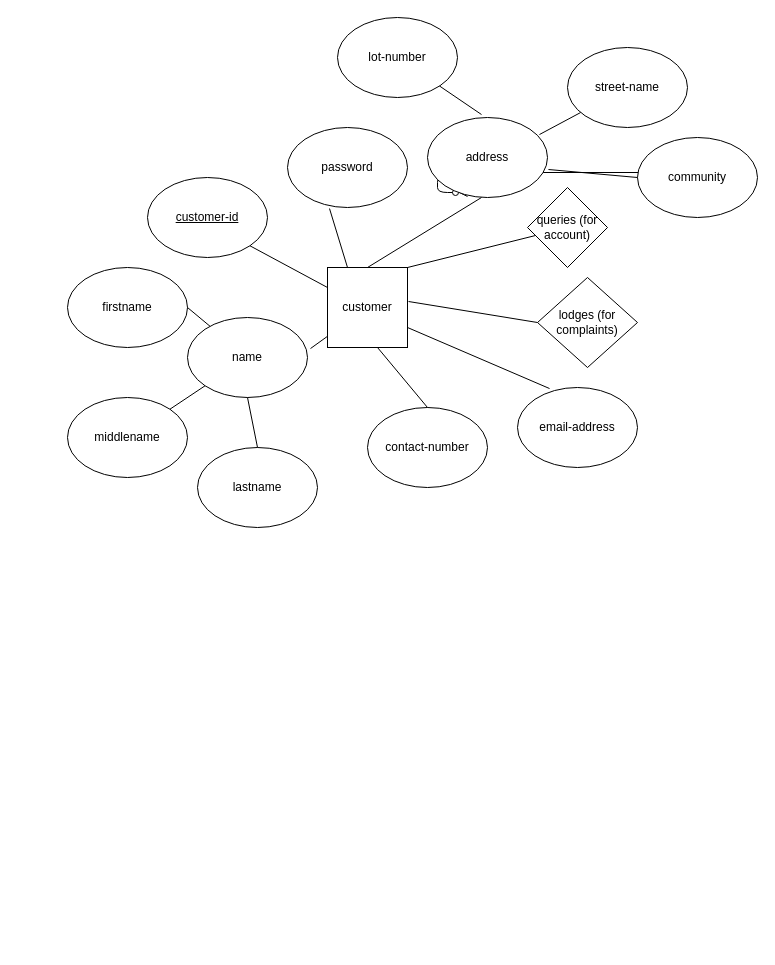
Earlier version of the draw.io diagram ERD_Customer.drawio (AnastassiaA/MicroStar-CableVision-Project-Code). Source tidied: cells renumbered, new cells numbered last; positions are measured from the earlier drawing's top-left corner, leaving out a move shared by most shapes. Both pictures are drawn from the tidied source at 100%, with x=0, y=0 at pixel (67, 17).
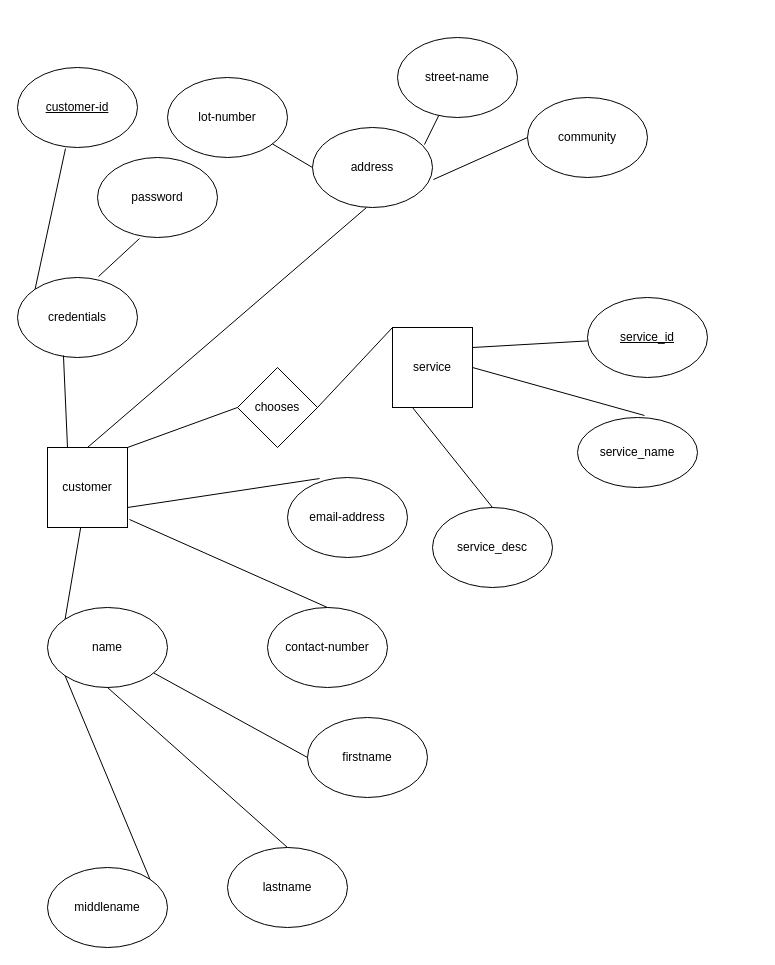
The same diagram, later.

Commit message (it also covers changes not shown here):
Added credentials (composite attribute) and service entity to ERD using draw.io

Diff of the diagram source:
```diff
@@
-    <mxCell id="2" style="edgeStyle=entityRelationEdgeStyle;endArrow=ERzeroToMany;startArrow=ERone;endFill=1;startFill=0;" parent="1" edge="1">
-      <mxGeometry relative="1" as="geometry">
-        <mxPoint x="640" y="135" as="sourcePoint" />
-        <mxPoint x="400" y="175" as="targetPoint" />
-      </mxGeometry>
-    </mxCell>
     <mxCell id="3" value="&lt;u&gt;customer-id&lt;/u&gt;" style="ellipse;whiteSpace=wrap;html=1;" parent="1" vertex="1">
-      <mxGeometry x="80" y="160" width="120" height="80" as="geometry" />
+      <mxGeometry x="-50" y="50" width="120" height="80" as="geometry" />
     </mxCell>
     <mxCell id="4" value="customer" style="whiteSpace=wrap;html=1;" parent="1" vertex="1">
-      <mxGeometry x="260" y="250" width="80" height="80" as="geometry" />
+      <mxGeometry x="-20" y="430" width="80" height="80" as="geometry" />
     </mxCell>
     <mxCell id="5" value="name" style="ellipse;whiteSpace=wrap;html=1;" parent="1" vertex="1">
-      <mxGeometry x="120" y="300" width="120" height="80" as="geometry" />
+      <mxGeometry x="-20" y="590" width="120" height="80" as="geometry" />
     </mxCell>
     <mxCell id="6" value="firstname" style="ellipse;whiteSpace=wrap;html=1;" parent="1" vertex="1">
-      <mxGeometry y="250" width="120" height="80" as="geometry" />
+      <mxGeometry x="240" y="700" width="120" height="80" as="geometry" />
     </mxCell>
     <mxCell id="7" value="middlename" style="ellipse;whiteSpace=wrap;html=1;" parent="1" vertex="1">
-      <mxGeometry y="380" width="120" height="80" as="geometry" />
+      <mxGeometry x="-20" y="850" width="120" height="80" as="geometry" />
     </mxCell>
     <mxCell id="8" value="lastname" style="ellipse;whiteSpace=wrap;html=1;" parent="1" vertex="1">
-      <mxGeometry x="130" y="430" width="120" height="80" as="geometry" />
+      <mxGeometry x="160" y="830" width="120" height="80" as="geometry" />
     </mxCell>
-    <mxCell id="9" style="endArrow=none;html=1;exitX=1.025;exitY=0.388;exitDx=0;exitDy=0;exitPerimeter=0;" parent="1" edge="1" source="5" target="4">
+    <mxCell id="9" style="endArrow=none;html=1;exitX=0;exitY=0;exitDx=0;exitDy=0;" parent="1" edge="1" source="5" target="4">
       <mxGeometry relative="1" as="geometry" />
     </mxCell>
@@
-    <mxCell id="11" style="endArrow=none;html=1;entryX=1;entryY=0.5;entryDx=0;entryDy=0;" parent="1" edge="1" source="5" target="6">
+    <mxCell id="11" style="endArrow=none;html=1;entryX=0;entryY=0.5;entryDx=0;entryDy=0;" parent="1" edge="1" source="5" target="6">
       <mxGeometry relative="1" as="geometry" />
     </mxCell>
@@
-    <mxCell id="13" style="endArrow=none;html=1;entryX=0;entryY=0.25;entryDx=0;entryDy=0;exitX=1;exitY=1;exitDx=0;exitDy=0;" parent="1" edge="1" source="3" target="4">
+    <mxCell id="13" style="endArrow=none;html=1;entryX=0;entryY=0;entryDx=0;entryDy=0;exitX=0.4;exitY=1.013;exitDx=0;exitDy=0;exitPerimeter=0;" parent="1" edge="1" source="3" target="40">
       <mxGeometry relative="1" as="geometry" />
     </mxCell>
     <mxCell id="14" value="password" style="ellipse;whiteSpace=wrap;html=1;" parent="1" vertex="1">
-      <mxGeometry x="220" y="110" width="120" height="80" as="geometry" />
+      <mxGeometry x="30" y="140" width="120" height="80" as="geometry" />
     </mxCell>
-    <mxCell id="15" style="endArrow=none;html=1;entryX=0.35;entryY=1.013;entryDx=0;entryDy=0;entryPerimeter=0;exitX=0.25;exitY=0;exitDx=0;exitDy=0;" parent="1" edge="1" source="4" target="14">
+    <mxCell id="15" style="endArrow=none;html=1;entryX=0.35;entryY=1.013;entryDx=0;entryDy=0;entryPerimeter=0;exitX=0.675;exitY=-0.012;exitDx=0;exitDy=0;exitPerimeter=0;" parent="1" edge="1" source="40" target="14">
       <mxGeometry relative="1" as="geometry" />
     </mxCell>
     <mxCell id="16" value="email-address" style="ellipse;whiteSpace=wrap;html=1;" parent="1" vertex="1">
-      <mxGeometry x="450" y="370" width="120" height="80" as="geometry" />
+      <mxGeometry x="220" y="460" width="120" height="80" as="geometry" />
     </mxCell>
@@
     <mxCell id="18" value="contact-number" style="ellipse;whiteSpace=wrap;html=1;" parent="1" vertex="1">
-      <mxGeometry x="300" y="390" width="120" height="80" as="geometry" />
+      <mxGeometry x="200" y="590" width="120" height="80" as="geometry" />
     </mxCell>
-    <mxCell id="19" style="endArrow=none;html=1;entryX=0.5;entryY=0;entryDx=0;entryDy=0;exitX=0.625;exitY=1;exitDx=0;exitDy=0;exitPerimeter=0;" parent="1" edge="1" source="4" target="18">
+    <mxCell id="19" style="endArrow=none;html=1;entryX=0.5;entryY=0;entryDx=0;entryDy=0;exitX=1.025;exitY=0.9;exitDx=0;exitDy=0;exitPerimeter=0;" parent="1" edge="1" source="4" target="18">
       <mxGeometry relative="1" as="geometry" />
     </mxCell>
-    <mxCell id="20" value="lodges (for complaints)" style="rhombus;whiteSpace=wrap;html=1;" parent="1" vertex="1">
-      <mxGeometry x="470" y="260" width="100" height="90" as="geometry" />
-    </mxCell>
-    <mxCell id="21" style="endArrow=none;html=1;entryX=0;entryY=0.5;entryDx=0;entryDy=0;exitX=1.013;exitY=0.425;exitDx=0;exitDy=0;exitPerimeter=0;" parent="1" edge="1" source="4" target="20">
-      <mxGeometry relative="1" as="geometry" />
-    </mxCell>
-    <mxCell id="22" value="queries (for account)" style="rhombus;whiteSpace=wrap;html=1;" parent="1" vertex="1">
-      <mxGeometry x="460" y="170" width="80" height="80" as="geometry" />
+    <mxCell id="22" value="chooses" style="rhombus;whiteSpace=wrap;html=1;" parent="1" vertex="1">
+      <mxGeometry x="170" y="350" width="80" height="80" as="geometry" />
     </mxCell>
-    <mxCell id="23" style="endArrow=none;html=1;exitX=1;exitY=0;exitDx=0;exitDy=0;" parent="1" edge="1" source="4" target="22">
+    <mxCell id="23" style="endArrow=none;html=1;exitX=1;exitY=0;exitDx=0;exitDy=0;entryX=0;entryY=0.5;entryDx=0;entryDy=0;" parent="1" edge="1" source="4" target="22">
       <mxGeometry relative="1" as="geometry" />
     </mxCell>
     <mxCell id="24" value="address" style="ellipse;whiteSpace=wrap;html=1;" parent="1" vertex="1">
-      <mxGeometry x="360" y="100" width="120" height="80" as="geometry" />
+      <mxGeometry x="245" y="110" width="120" height="80" as="geometry" />
     </mxCell>
@@
     <mxCell id="26" value="street-name" style="ellipse;whiteSpace=wrap;html=1;" parent="1" vertex="1">
-      <mxGeometry x="500" y="30" width="120" height="80" as="geometry" />
+      <mxGeometry x="330" y="20" width="120" height="80" as="geometry" />
     </mxCell>
     <mxCell id="27" value="lot-number" style="ellipse;whiteSpace=wrap;html=1;" parent="1" vertex="1">
-      <mxGeometry x="270" width="120" height="80" as="geometry" />
+      <mxGeometry x="100" y="60" width="120" height="80" as="geometry" />
     </mxCell>
     <mxCell id="28" value="community" style="ellipse;whiteSpace=wrap;html=1;" parent="1" vertex="1">
-      <mxGeometry x="570" y="120" width="120" height="80" as="geometry" />
+      <mxGeometry x="460" y="80" width="120" height="80" as="geometry" />
     </mxCell>
-    <mxCell id="29" style="endArrow=none;html=1;exitX=0.45;exitY=-0.037;exitDx=0;exitDy=0;exitPerimeter=0;" parent="1" edge="1" source="24" target="27">
+    <mxCell id="29" style="endArrow=none;html=1;exitX=0;exitY=0.5;exitDx=0;exitDy=0;" parent="1" edge="1" source="24" target="27">
       <mxGeometry relative="1" as="geometry" />
     </mxCell>
@@
+    <mxCell id="32" value="service" style="whiteSpace=wrap;html=1;" parent="1" vertex="1">
+      <mxGeometry x="325" y="310" width="80" height="80" as="geometry" />
+    </mxCell>
+    <mxCell id="33" style="endArrow=none;html=1;entryX=1;entryY=0.5;entryDx=0;entryDy=0;exitX=0;exitY=0;exitDx=0;exitDy=0;" parent="1" edge="1" source="32" target="22">
+      <mxGeometry relative="1" as="geometry" />
+    </mxCell>
+    <mxCell id="34" value="service_desc" style="ellipse;whiteSpace=wrap;html=1;" parent="1" vertex="1">
+      <mxGeometry x="365" y="490" width="120" height="80" as="geometry" />
+    </mxCell>
+    <mxCell id="35" style="endArrow=none;html=1;entryX=0.25;entryY=1;entryDx=0;entryDy=0;exitX=0.5;exitY=0;exitDx=0;exitDy=0;" parent="1" edge="1" source="34" target="32">
+      <mxGeometry relative="1" as="geometry" />
+    </mxCell>
+    <mxCell id="36" value="service_name" style="ellipse;whiteSpace=wrap;html=1;" parent="1" vertex="1">
+      <mxGeometry x="510" y="400" width="120" height="70" as="geometry" />
+    </mxCell>
+    <mxCell id="37" style="endArrow=none;html=1;entryX=1;entryY=0.5;entryDx=0;entryDy=0;exitX=0.558;exitY=-0.029;exitDx=0;exitDy=0;exitPerimeter=0;" parent="1" edge="1" source="36" target="32">
+      <mxGeometry relative="1" as="geometry" />
+    </mxCell>
+    <mxCell id="38" value="&lt;u&gt;service_id&lt;/u&gt;" style="ellipse;whiteSpace=wrap;html=1;" parent="1" vertex="1">
+      <mxGeometry x="520" y="280" width="120" height="80" as="geometry" />
+    </mxCell>
+    <mxCell id="39" style="endArrow=none;html=1;entryX=1;entryY=0.25;entryDx=0;entryDy=0;" parent="1" edge="1" source="38" target="32">
+      <mxGeometry relative="1" as="geometry" />
+    </mxCell>
+    <mxCell id="40" value="credentials" style="ellipse;whiteSpace=wrap;html=1;" parent="1" vertex="1">
+      <mxGeometry x="-50" y="260" width="120" height="80" as="geometry" />
+    </mxCell>
+    <mxCell id="41" style="endArrow=none;html=1;entryX=0.383;entryY=0.975;entryDx=0;entryDy=0;entryPerimeter=0;exitX=0.25;exitY=0;exitDx=0;exitDy=0;" parent="1" edge="1" source="4" target="40">
+      <mxGeometry relative="1" as="geometry" />
+    </mxCell>
```
